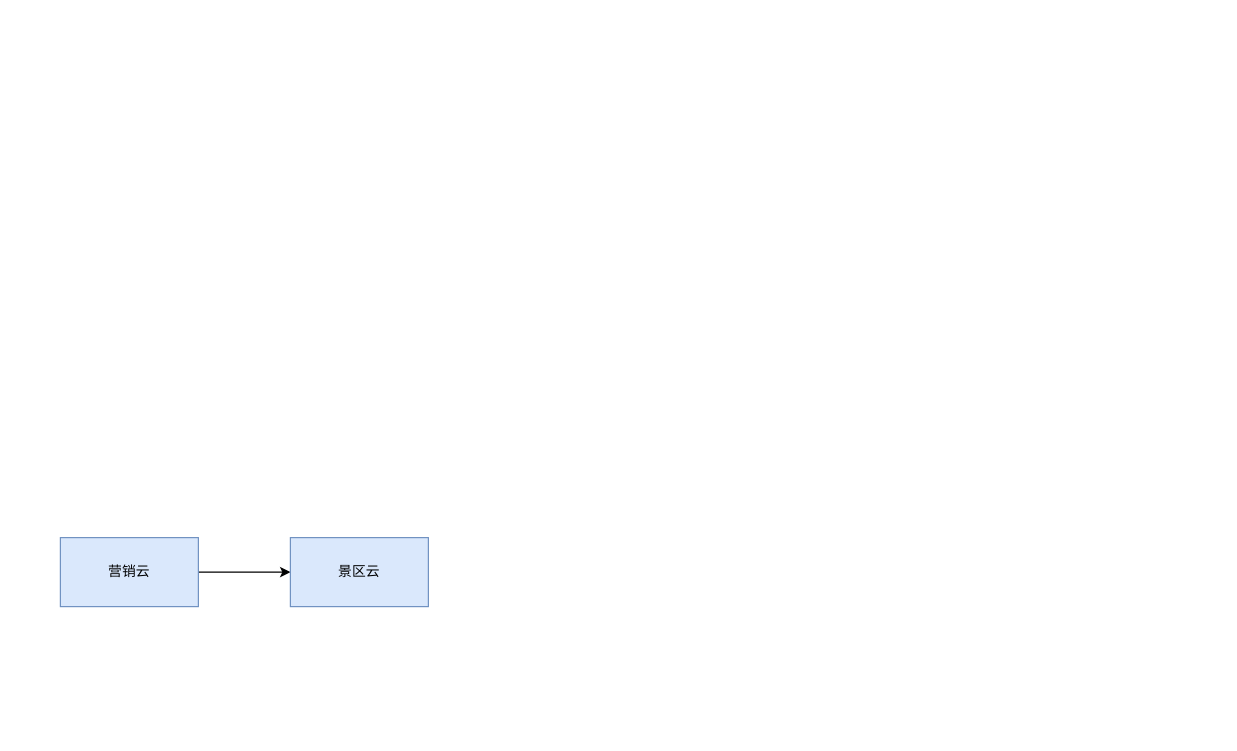
xiaoshizizhuzhu/learngit keeps this draw.io diagram as 景区云，营销云-test.drawio. Above is the earlier version. Source tidied: cells renumbered, new cells numbered last; positions are measured from the earlier drawing's top-left corner, leaving out a move shared by most shapes. Both pictures are drawn from the tidied source at 115%, with x=0, y=0 at pixel (60, 537).
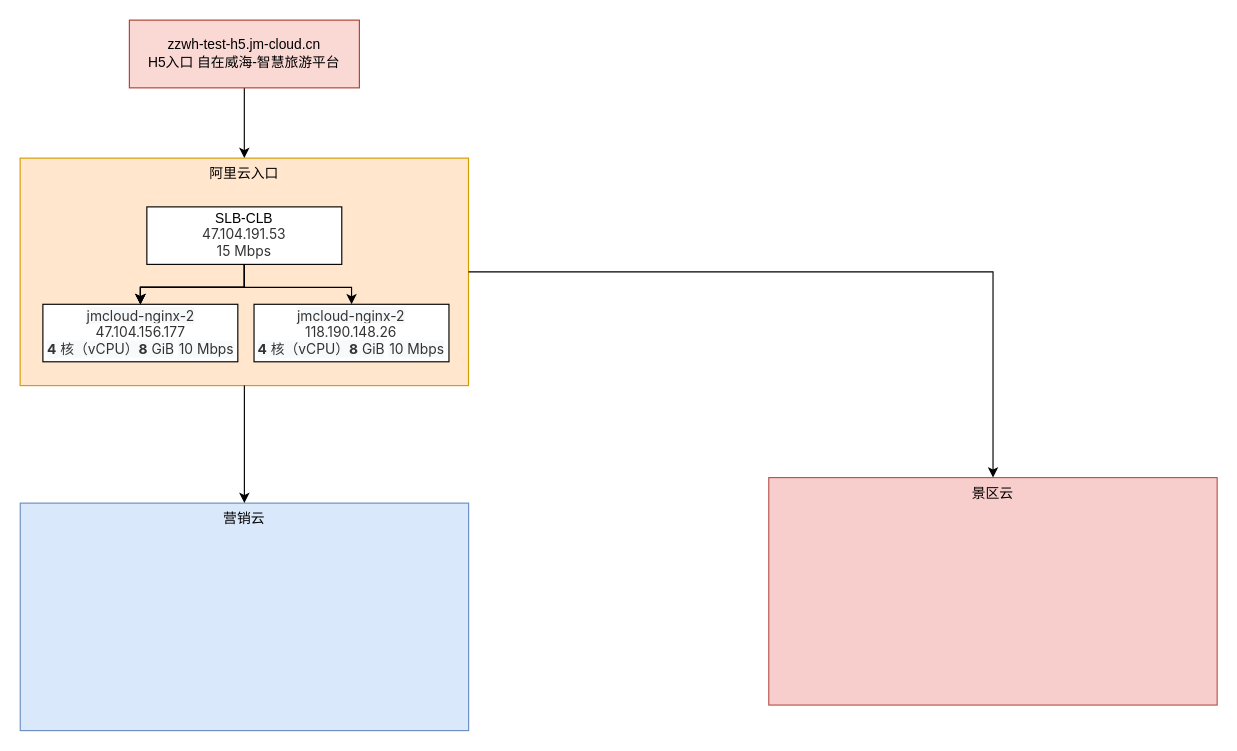
After the change.

Commit message:
更新景区云，营销云-test.drawio

The edit, as a diff of the source:
```diff
@@
 <mxGraphModel>
   <root>
     <mxCell id="0" />
     <mxCell id="1" parent="0" />
-    <mxCell id="2" style="edgeStyle=orthogonalEdgeStyle;rounded=0;jettySize=auto;html=1;" parent="1" edge="1" source="3" target="4">
-      <mxGeometry relative="1" as="geometry" />
-    </mxCell>
+    <mxCell id="5" style="group;" parent="1" vertex="1">
+      <mxGeometry x="-35" y="-330" width="389.9" height="197.8" as="geometry" />
+    </mxCell>
+    <mxCell id="6" value="阿里云入口" style="whiteSpace=wrap;html=1;fillColor=#ffe6cc;strokeColor=#d79b00;rounded=0;align=center;verticalAlign=top;" parent="5" vertex="1">
+      <mxGeometry width="389.9" height="197.8" as="geometry" />
+    </mxCell>
+    <mxCell id="7" value="SLB-CLB&lt;div&gt;&lt;span style=&quot;color: rgb(51, 51, 51); font-family: -apple-system, BlinkMacSystemFont, &amp;quot;Segoe UI&amp;quot;, &amp;quot;PingFang SC&amp;quot;, &amp;quot;Hiragino Sans GB&amp;quot;, &amp;quot;Microsoft YaHei&amp;quot;, &amp;quot;Helvetica Neue&amp;quot;, Helvetica, Arial, sans-serif; text-align: start; white-space: pre; background-color: rgb(255, 255, 255);&quot;&gt;47.104.191.53&lt;/span&gt;&lt;/div&gt;&lt;div&gt;&lt;span style=&quot;color: rgb(51, 51, 51); font-family: -apple-system, BlinkMacSystemFont, &amp;quot;Segoe UI&amp;quot;, &amp;quot;PingFang SC&amp;quot;, &amp;quot;Hiragino Sans GB&amp;quot;, &amp;quot;Microsoft YaHei&amp;quot;, &amp;quot;Helvetica Neue&amp;quot;, Helvetica, Arial, sans-serif; text-align: start; white-space: pre; background-color: rgb(255, 255, 255);&quot;&gt;&lt;span style=&quot;white-space: normal;&quot;&gt;15 Mbps&lt;/span&gt;&lt;/span&gt;&lt;/div&gt;" style="rounded=0;whiteSpace=wrap;html=1;" parent="5" vertex="1">
+      <mxGeometry x="110.2" y="42.4" width="169.5" height="50" as="geometry" />
+    </mxCell>
+    <mxCell id="8" value="&lt;span style=&quot;color: rgb(51, 51, 51); font-family: -apple-system, BlinkMacSystemFont, &amp;quot;Segoe UI&amp;quot;, &amp;quot;PingFang SC&amp;quot;, &amp;quot;Hiragino Sans GB&amp;quot;, &amp;quot;Microsoft YaHei&amp;quot;, &amp;quot;Helvetica Neue&amp;quot;, Helvetica, Arial, sans-serif; text-align: start; background-color: rgb(246, 248, 250);&quot;&gt;jmcloud-nginx-2&lt;/span&gt;&lt;br&gt;&lt;div&gt;&lt;span style=&quot;color: rgb(51, 51, 51); font-family: -apple-system, BlinkMacSystemFont, &amp;quot;Segoe UI&amp;quot;, &amp;quot;PingFang SC&amp;quot;, &amp;quot;Hiragino Sans GB&amp;quot;, &amp;quot;Microsoft YaHei&amp;quot;, &amp;quot;Helvetica Neue&amp;quot;, Helvetica, Arial, sans-serif; text-align: start; white-space: pre; background-color: rgb(255, 255, 255);&quot;&gt;47.104.156.177&lt;/span&gt;&lt;/div&gt;&lt;div&gt;&lt;span style=&quot;color: rgb(51, 51, 51); font-family: -apple-system, BlinkMacSystemFont, &amp;quot;Segoe UI&amp;quot;, &amp;quot;PingFang SC&amp;quot;, &amp;quot;Hiragino Sans GB&amp;quot;, &amp;quot;Microsoft YaHei&amp;quot;, &amp;quot;Helvetica Neue&amp;quot;, Helvetica, Arial, sans-serif; text-align: start; white-space: pre; background-color: rgb(255, 255, 255);&quot;&gt;&lt;span style=&quot;box-sizing: border-box; overscroll-behavior-x: none; white-space: normal; background-color: rgb(247, 249, 250);&quot;&gt;&lt;span style=&quot;box-sizing: border-box; overscroll-behavior-x: none;&quot;&gt;&lt;span style=&quot;box-sizing: border-box; overscroll-behavior-x: none; font-weight: bolder;&quot;&gt;4&lt;/span&gt;&amp;nbsp;核（vCPU）&lt;/span&gt;&lt;span style=&quot;box-sizing: border-box; overscroll-behavior-x: none;&quot;&gt;&lt;span style=&quot;box-sizing: border-box; overscroll-behavior-x: none; font-weight: bolder;&quot;&gt;8&lt;/span&gt;&lt;span style=&quot;box-sizing: border-box; overscroll-behavior-x: none;&quot;&gt;&amp;nbsp;GiB&lt;/span&gt;&lt;/span&gt;&lt;/span&gt;&lt;span style=&quot;box-sizing: border-box; overscroll-behavior-x: none; white-space: normal; background-color: rgb(247, 249, 250); margin-left: 4px;&quot; class=&quot;ecs-core-tooltip-open&quot;&gt;&lt;span style=&quot;box-sizing: border-box; overscroll-behavior-x: none;&quot;&gt;&lt;span style=&quot;box-sizing: border-box; overscroll-behavior-x: none;&quot;&gt;10 Mbps&lt;/span&gt;&lt;/span&gt;&lt;/span&gt;&lt;/span&gt;&lt;/div&gt;" style="rounded=0;whiteSpace=wrap;html=1;" parent="5" vertex="1">
+      <mxGeometry x="19.8" y="127.1" width="169.5" height="50" as="geometry" />
+    </mxCell>
+    <mxCell id="9" value="&lt;div&gt;&lt;span style=&quot;color: rgb(51, 51, 51); font-family: -apple-system, BlinkMacSystemFont, &amp;quot;Segoe UI&amp;quot;, &amp;quot;PingFang SC&amp;quot;, &amp;quot;Hiragino Sans GB&amp;quot;, &amp;quot;Microsoft YaHei&amp;quot;, &amp;quot;Helvetica Neue&amp;quot;, Helvetica, Arial, sans-serif; text-align: start; background-color: rgb(246, 248, 250);&quot;&gt;jmcloud-nginx-2&lt;/span&gt;&lt;span style=&quot;color: rgb(51, 51, 51); font-family: -apple-system, BlinkMacSystemFont, &amp;quot;Segoe UI&amp;quot;, &amp;quot;PingFang SC&amp;quot;, &amp;quot;Hiragino Sans GB&amp;quot;, &amp;quot;Microsoft YaHei&amp;quot;, &amp;quot;Helvetica Neue&amp;quot;, Helvetica, Arial, sans-serif; text-align: start; white-space: pre; background-color: rgb(255, 255, 255);&quot;&gt;&lt;/span&gt;&lt;/div&gt;&lt;span style=&quot;color: rgb(51, 51, 51); font-family: -apple-system, BlinkMacSystemFont, &amp;quot;Segoe UI&amp;quot;, &amp;quot;PingFang SC&amp;quot;, &amp;quot;Hiragino Sans GB&amp;quot;, &amp;quot;Microsoft YaHei&amp;quot;, &amp;quot;Helvetica Neue&amp;quot;, Helvetica, Arial, sans-serif; text-align: start; white-space: pre; background-color: rgb(255, 255, 255);&quot;&gt;118.190.148.26&lt;/span&gt;&lt;div&gt;&lt;span style=&quot;color: rgb(51, 51, 51); font-family: -apple-system, BlinkMacSystemFont, &amp;quot;Segoe UI&amp;quot;, &amp;quot;PingFang SC&amp;quot;, &amp;quot;Hiragino Sans GB&amp;quot;, &amp;quot;Microsoft YaHei&amp;quot;, &amp;quot;Helvetica Neue&amp;quot;, Helvetica, Arial, sans-serif; text-align: start; white-space: pre; background-color: rgb(255, 255, 255);&quot;&gt;&lt;span style=&quot;box-sizing: border-box; overscroll-behavior-x: none; white-space: normal; background-color: rgb(247, 249, 250);&quot;&gt;&lt;span style=&quot;box-sizing: border-box; overscroll-behavior-x: none;&quot;&gt;&lt;span style=&quot;box-sizing: border-box; overscroll-behavior-x: none; font-weight: bolder;&quot;&gt;4&lt;/span&gt;&amp;nbsp;核（vCPU）&lt;/span&gt;&lt;span style=&quot;box-sizing: border-box; overscroll-behavior-x: none;&quot;&gt;&lt;span style=&quot;box-sizing: border-box; overscroll-behavior-x: none; font-weight: bolder;&quot;&gt;8&lt;/span&gt;&lt;span style=&quot;box-sizing: border-box; overscroll-behavior-x: none;&quot;&gt;&amp;nbsp;GiB&lt;/span&gt;&lt;/span&gt;&lt;/span&gt;&lt;span style=&quot;box-sizing: border-box; overscroll-behavior-x: none; white-space: normal; background-color: rgb(247, 249, 250); margin-left: 4px;&quot; class=&quot;ecs-core-tooltip-open&quot;&gt;&lt;span style=&quot;box-sizing: border-box; overscroll-behavior-x: none;&quot;&gt;&lt;span style=&quot;box-sizing: border-box; overscroll-behavior-x: none;&quot;&gt;10 Mbps&lt;/span&gt;&lt;/span&gt;&lt;/span&gt;&lt;/span&gt;&lt;/div&gt;" style="whiteSpace=wrap;html=1;rounded=0;" parent="5" vertex="1">
+      <mxGeometry x="203.4" y="127.1" width="169.5" height="50" as="geometry" />
+    </mxCell>
+    <mxCell id="10" style="edgeStyle=orthogonalEdgeStyle;rounded=0;jettySize=auto;html=1;" parent="5" edge="1" source="7" target="8">
+      <mxGeometry relative="1" as="geometry" />
+    </mxCell>
+    <mxCell id="11" style="edgeStyle=orthogonalEdgeStyle;rounded=0;jettySize=auto;html=1;" parent="5" edge="1" source="7" target="8">
+      <mxGeometry relative="1" as="geometry" />
+    </mxCell>
+    <mxCell id="12" style="edgeStyle=orthogonalEdgeStyle;rounded=0;jettySize=auto;html=1;" parent="5" edge="1" source="7" target="8">
+      <mxGeometry relative="1" as="geometry" />
+    </mxCell>
+    <mxCell id="13" style="edgeStyle=orthogonalEdgeStyle;rounded=0;jettySize=auto;html=1;" parent="5" edge="1" source="7" target="8">
+      <mxGeometry relative="1" as="geometry" />
+    </mxCell>
+    <mxCell id="14" style="edgeStyle=orthogonalEdgeStyle;rounded=0;jettySize=auto;html=1;" parent="5" edge="1" source="7" target="9">
+      <mxGeometry relative="1" as="geometry" />
+    </mxCell>
-    <mxCell id="3" value="营销云" style="rounded=0;whiteSpace=wrap;html=1;fillColor=#dae8fc;strokeColor=#6c8ebf;" parent="1" vertex="1">
-      <mxGeometry width="120" height="60" as="geometry" />
+    <mxCell id="3" value="营销云" style="whiteSpace=wrap;html=1;fillColor=#dae8fc;strokeColor=#6c8ebf;rounded=0;align=center;verticalAlign=top;" parent="1" vertex="1">
+      <mxGeometry x="-34.9" y="-30" width="389.9" height="197.8" as="geometry" />
     </mxCell>
+    <mxCell id="15" style="edgeStyle=orthogonalEdgeStyle;rounded=0;jettySize=auto;html=1;" parent="1" edge="1" source="6" target="3">
+      <mxGeometry relative="1" as="geometry" />
+    </mxCell>
-    <mxCell id="4" value="景区云" style="whiteSpace=wrap;html=1;fillColor=#dae8fc;strokeColor=#6c8ebf;rounded=0;" parent="1" vertex="1">
-      <mxGeometry x="200" width="120" height="60" as="geometry" />
+    <mxCell id="4" value="景区云" style="whiteSpace=wrap;html=1;fillColor=#f8cecc;strokeColor=#b85450;rounded=0;align=center;verticalAlign=top;" parent="1" vertex="1">
+      <mxGeometry x="616" y="-52.2" width="389.9" height="197.8" as="geometry" />
     </mxCell>
+    <mxCell id="16" style="edgeStyle=orthogonalEdgeStyle;rounded=0;jettySize=auto;html=1;" parent="1" edge="1" source="6" target="4">
+      <mxGeometry relative="1" as="geometry" />
+    </mxCell>
+    <mxCell id="17" style="edgeStyle=orthogonalEdgeStyle;rounded=0;jettySize=auto;html=1;entryX=0.5;entryY=0;entryDx=0;entryDy=0;" parent="1" edge="1" source="18" target="6">
+      <mxGeometry relative="1" as="geometry" />
+    </mxCell>
+    <mxCell id="18" value="&lt;div style=&quot;&quot;&gt;&lt;font style=&quot;&quot;&gt;&lt;span style=&quot;text-wrap-mode: nowrap;&quot;&gt;zzwh-test-h5.jm-cloud.cn&lt;/span&gt;&lt;/font&gt;&lt;/div&gt;&lt;div style=&quot;text-wrap-mode: nowrap;&quot;&gt;&lt;font&gt;H5入口 自在威海-智慧旅游平台&lt;/font&gt;&lt;/div&gt;" style="whiteSpace=wrap;html=1;verticalAlign=middle;fillColor=#fad9d5;strokeColor=#ae4132;rounded=0;" parent="1" vertex="1">
+      <mxGeometry x="60" y="-450" width="200" height="58.9" as="geometry" />
+    </mxCell>
   </root>
 </mxGraphModel>
```
